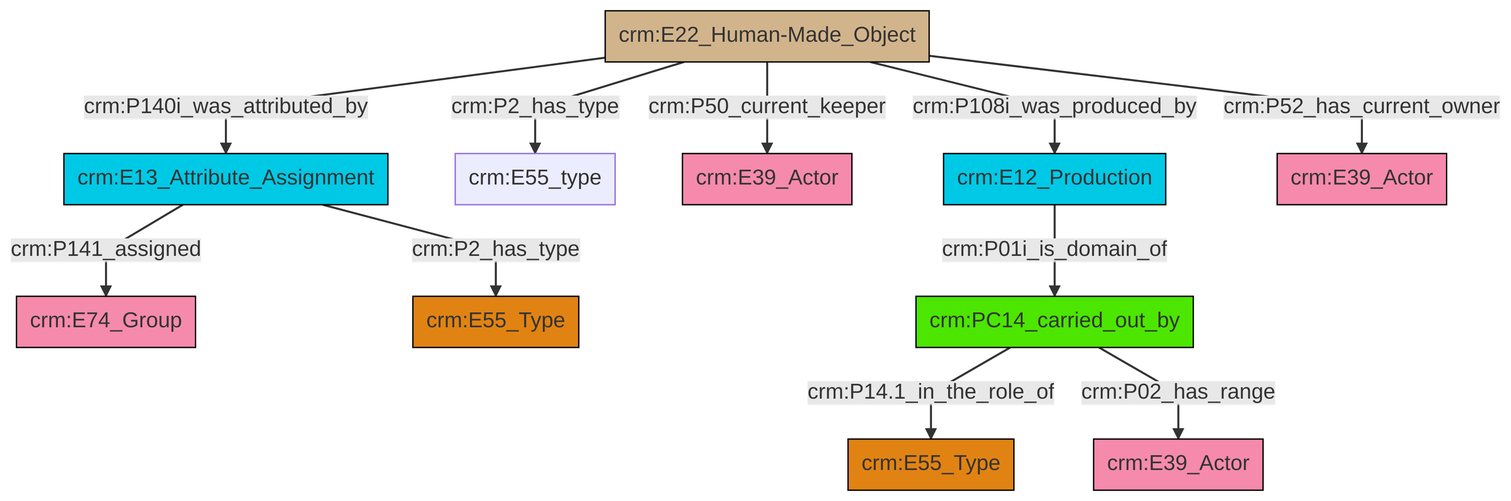
Earlier version of the Mermaid export et/artworkCSV/ttl/mmd/png/Artwork_Actor_Relations.png (swiss-art-research-net/docs.swissartresearch). Its source is kept beside it as et/artworkCSV/ttl/mmd/Artwork_Actor_Relations.ttl.mmd.
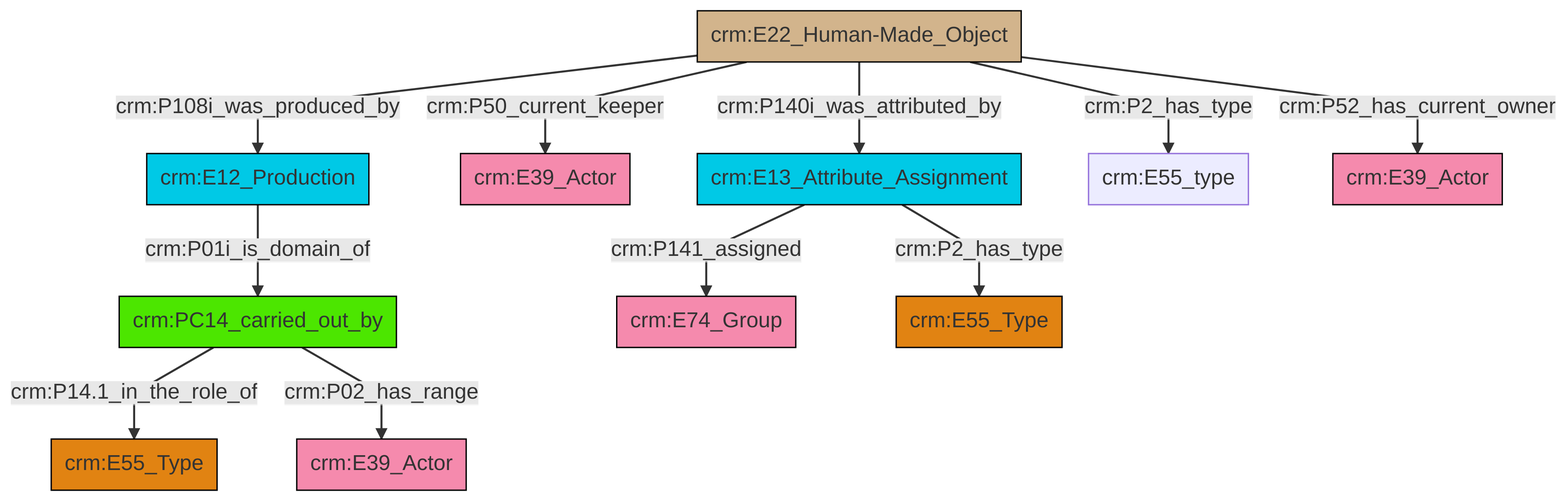
Above is the later version.

What changed in the source:
```diff
@@ -13,13 +13,13 @@
 classDef PC_Classes fill:#4ce600, stroke:#000000;
 classDef Multi fill:#cccccc,stroke:#000000;
 
-0["crm:E13_Attribute_Assignment"]:::Temporal_Entity -->|crm:P141_assigned| 1["crm:E74_Group"]:::Actor
-6["crm:E22_Human-Made_Object"]:::Physical_Thing -->|crm:P140i_was_attributed_by| 0["crm:E13_Attribute_Assignment"]:::Temporal_Entity
-6["crm:E22_Human-Made_Object"]:::Physical_Thing -->|crm:P50_current_keeper| 7["crm:E39_Actor"]:::Actor
-6["crm:E22_Human-Made_Object"]:::Physical_Thing -->|crm:P2_has_type| 2["crm:E55_type"]:::Default
-6["crm:E22_Human-Made_Object"]:::Physical_Thing -->|crm:P108i_was_produced_by| 11["crm:E12_Production"]:::Temporal_Entity
-6["crm:E22_Human-Made_Object"]:::Physical_Thing -->|crm:P52_has_current_owner| 12["crm:E39_Actor"]:::Actor
-13["crm:PC14_carried_out_by"]:::PC_Classes -->|crm:P14.1_in_the_role_of| 9["crm:E55_Type"]:::Type
-11["crm:E12_Production"]:::Temporal_Entity -->|crm:P01i_is_domain_of| 13["crm:PC14_carried_out_by"]:::PC_Classes
-0["crm:E13_Attribute_Assignment"]:::Temporal_Entity -->|crm:P2_has_type| 4["crm:E55_Type"]:::Type
-13["crm:PC14_carried_out_by"]:::PC_Classes -->|crm:P02_has_range| 17["crm:E39_Actor"]:::Actor
+0["crm:E22_Human-Made_Object"]:::Physical_Thing -->|crm:P140i_was_attributed_by| 2["crm:E13_Attribute_Assignment"]:::Temporal_Entity
+0["crm:E22_Human-Made_Object"]:::Physical_Thing -->|crm:P50_current_keeper| 5["crm:E39_Actor"]:::Actor
+7["crm:E12_Production"]:::Temporal_Entity -->|crm:P01i_is_domain_of| 8["crm:PC14_carried_out_by"]:::PC_Classes
+8["crm:PC14_carried_out_by"]:::PC_Classes -->|crm:P14.1_in_the_role_of| 11["crm:E55_Type"]:::Type
+2["crm:E13_Attribute_Assignment"]:::Temporal_Entity -->|crm:P141_assigned| 12["crm:E74_Group"]:::Actor
+0["crm:E22_Human-Made_Object"]:::Physical_Thing -->|crm:P2_has_type| 9["crm:E55_type"]:::Default
+0["crm:E22_Human-Made_Object"]:::Physical_Thing -->|crm:P52_has_current_owner| 13["crm:E39_Actor"]:::Actor
+8["crm:PC14_carried_out_by"]:::PC_Classes -->|crm:P02_has_range| 3["crm:E39_Actor"]:::Actor
+0["crm:E22_Human-Made_Object"]:::Physical_Thing -->|crm:P108i_was_produced_by| 7["crm:E12_Production"]:::Temporal_Entity
+2["crm:E13_Attribute_Assignment"]:::Temporal_Entity -->|crm:P2_has_type| 16["crm:E55_Type"]:::Type
```
